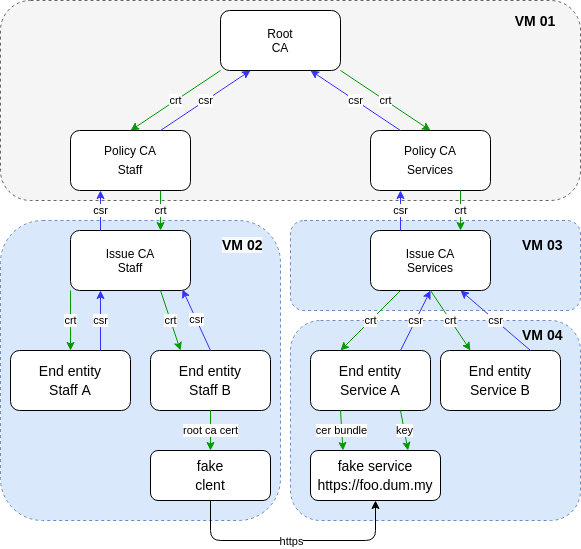
Earlier version of the draw.io export docs/pki-tree.png (OlafRadicke/play_pki_ca_with_ansible). Source tidied: cells renumbered, new cells last; positions are measured from the earlier drawing's top-left corner, leaving out a move shared by most shapes.
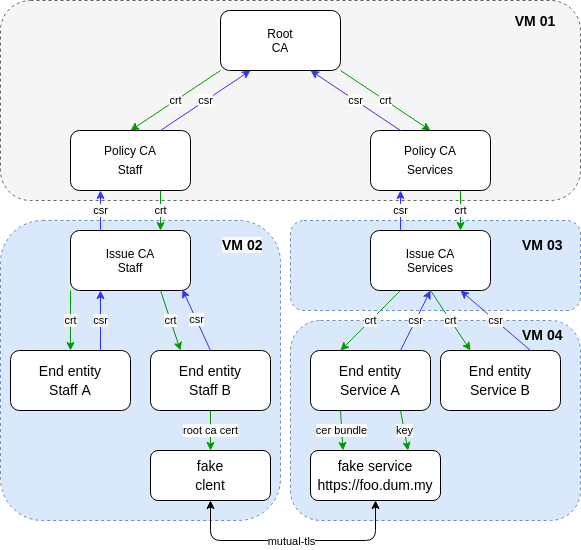
Later version of the same file.

Change to the diagram source:
```diff
@@ -83,14 +83,14 @@
     <mxCell id="28" value="&lt;div style=&quot;font-size: 14px ; line-height: 19px&quot;&gt;&lt;span style=&quot;background-color: rgb(255 , 255 , 255)&quot;&gt;fake&lt;/span&gt;&lt;/div&gt;&lt;div style=&quot;font-size: 14px ; line-height: 19px&quot;&gt;&lt;span style=&quot;background-color: rgb(255 , 255 , 255)&quot;&gt;clent&lt;/span&gt;&lt;/div&gt;" style="rounded=1;whiteSpace=wrap;html=1;" parent="1" vertex="1">
       <mxGeometry x="150" y="450" width="120" height="50" as="geometry" />
     </mxCell>
-    <mxCell id="29" style="edgeStyle=elbowEdgeStyle;elbow=vertical;endArrow=classic;html=1;exitX=0.5;exitY=1;exitDx=0;exitDy=0;entryX=0.5;entryY=1;entryDx=0;entryDy=0;" parent="1" edge="1" source="28" target="27">
+    <mxCell id="29" style="edgeStyle=elbowEdgeStyle;elbow=vertical;endArrow=classic;html=1;exitX=0.5;exitY=1;exitDx=0;exitDy=0;entryX=0.5;entryY=1;entryDx=0;entryDy=0;startArrow=classic;startFill=1;" parent="1" edge="1" source="28" target="27">
       <mxGeometry relative="1" as="geometry">
         <Array as="points">
           <mxPoint x="430" y="540" />
         </Array>
       </mxGeometry>
     </mxCell>
-    <mxCell id="30" value="https" style="edgeLabel;html=1;align=center;verticalAlign=middle;" parent="29" vertex="1">
+    <mxCell id="30" value="mutual-tls" style="edgeLabel;html=1;align=center;verticalAlign=middle;" parent="29" vertex="1">
       <mxGeometry x="0.16" y="-3" relative="1" as="geometry">
         <mxPoint x="-23" y="-3" as="offset" />
       </mxGeometry>
```
